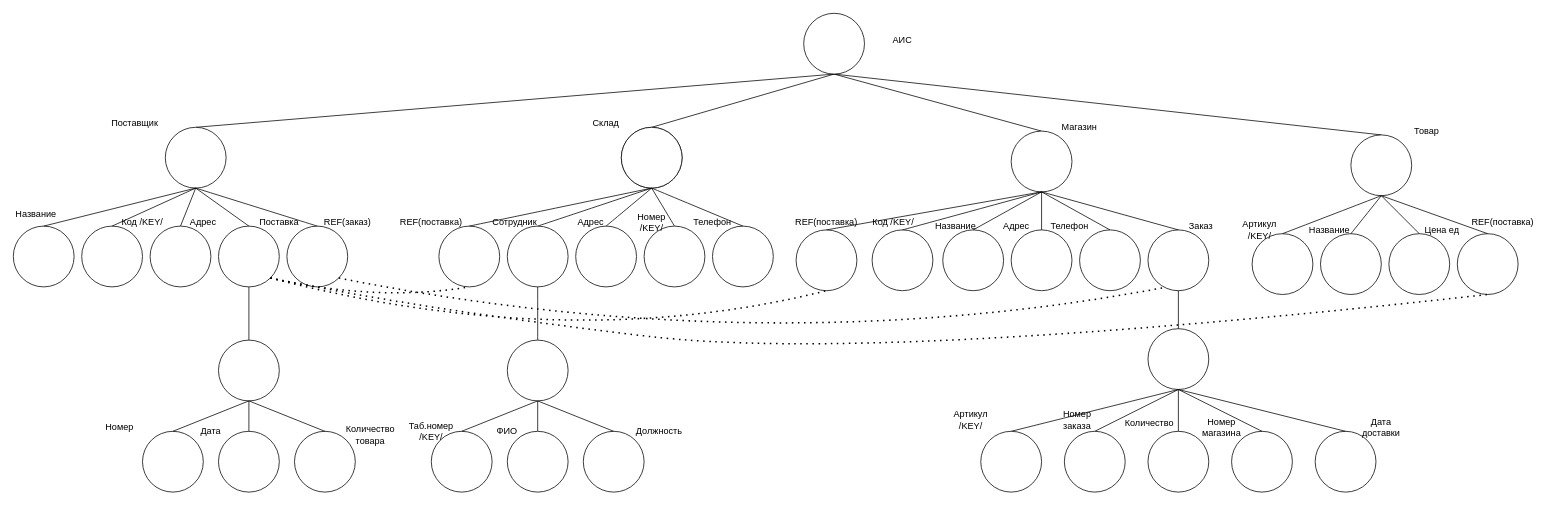
Earlier version of the draw.io diagram Untitled Diagram.drawio (polina-shimolina/OpenWeatherMap). Source tidied: cells renumbered, new cells numbered last; positions are measured from the earlier drawing's top-left corner, leaving out a move shared by most shapes. Both pictures are drawn from the tidied source at 76%, with x=0, y=0 at pixel (13, 13).
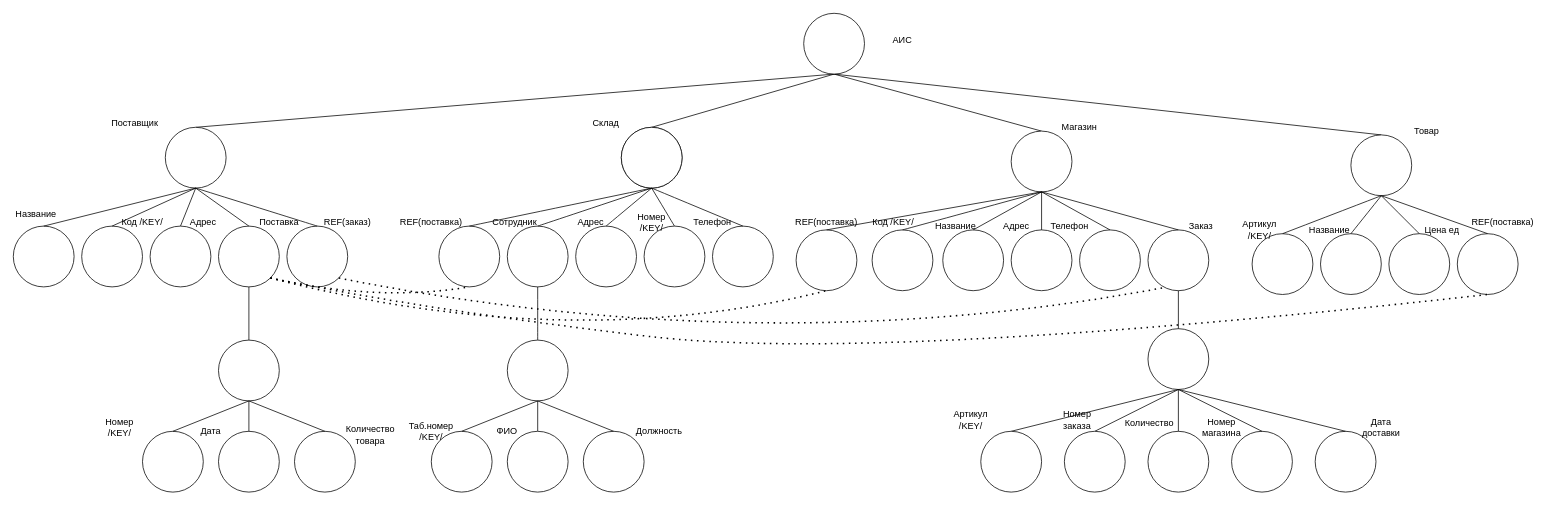
The same page after the edit.

Change to the diagram source:
```diff
@@
-    <mxCell id="14" value="Номер" style="text;html=1;strokeColor=none;fillColor=none;align=center;verticalAlign=middle;whiteSpace=wrap;rounded=0;shadow=0;" parent="1" vertex="1">
+    <mxCell id="14" value="Номер /KEY/" style="text;html=1;strokeColor=none;fillColor=none;align=center;verticalAlign=middle;whiteSpace=wrap;rounded=0;shadow=0;" parent="1" vertex="1">
       <mxGeometry x="110" y="530" width="60" height="30" as="geometry" />
     </mxCell>
```
